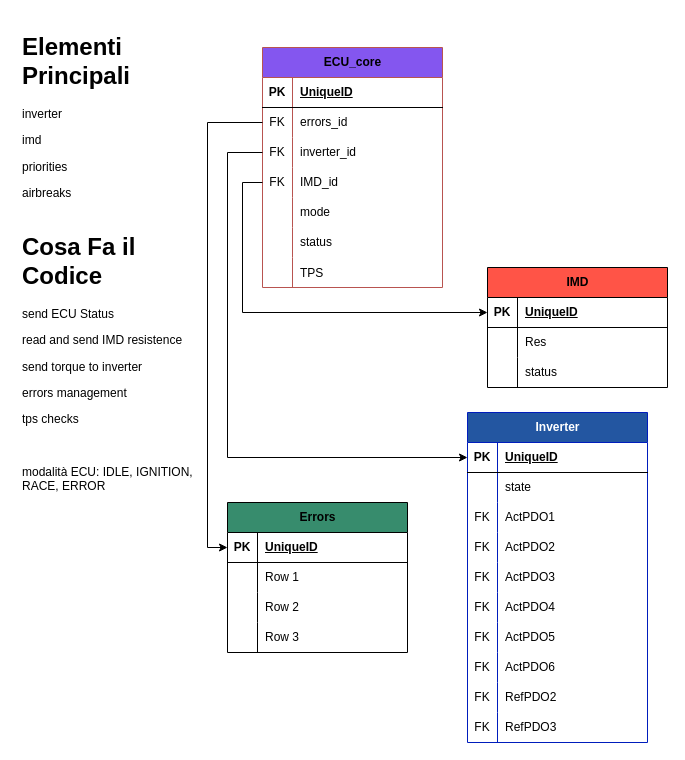
This is UML_ECU.drawio from chiarafranco12/PMF_UMLs, a draw.io file, before an edit. Source tidied: cells renumbered, new cells numbered last; positions are measured from the earlier drawing's top-left corner, leaving out a move shared by most shapes. Both pictures are drawn from the tidied source at 100%, with x=0, y=0 at pixel (17, 27).
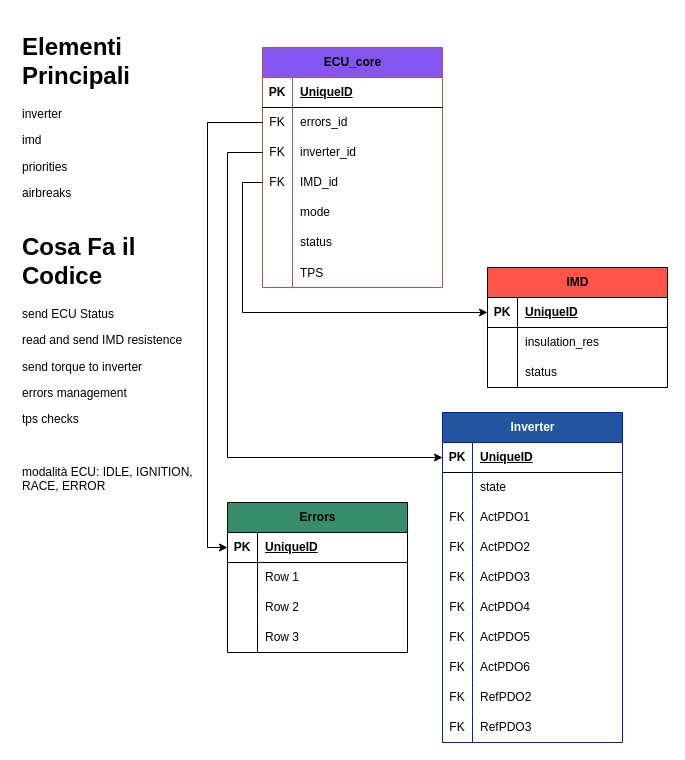
The same diagram, later.

Unchanged cells that the change refers to:
```xml
<mxCell id="76" style="shape=tableRow;horizontal=0;startSize=0;swimlaneHead=0;swimlaneBody=0;fillColor=none;top=0;left=0;right=0;bottom=0;" parent="72" vertex="1">
  <mxGeometry y="60" width="180" height="30" as="geometry" />
</mxCell>
```

Change to the diagram source:
```diff
@@
     <mxCell id="39" value="Inverter" style="shape=table;startSize=30;childLayout=tableLayout;rowLines=0;fontStyle=1;align=center;html=1;fillColor=#2356A1;fontColor=#ffffff;strokeColor=#001DBC;swimlaneFillColor=default;" parent="1" vertex="1">
-      <mxGeometry x="450" y="385" width="180" height="330" as="geometry" />
+      <mxGeometry x="425" y="385" width="180" height="330" as="geometry" />
     </mxCell>
@@
-    <mxCell id="78" value="Res" style="shape=partialRectangle;fillColor=none;top=0;left=0;bottom=0;right=0;align=left;spacingLeft=6;overflow=hidden;whiteSpace=wrap;html=1;" parent="76" vertex="1">
+    <mxCell id="78" value="insulation_res" style="shape=partialRectangle;fillColor=none;top=0;left=0;bottom=0;right=0;align=left;spacingLeft=6;overflow=hidden;whiteSpace=wrap;html=1;" parent="76" vertex="1">
       <mxGeometry x="30" width="150" height="30" as="geometry" />
     </mxCell>
```
